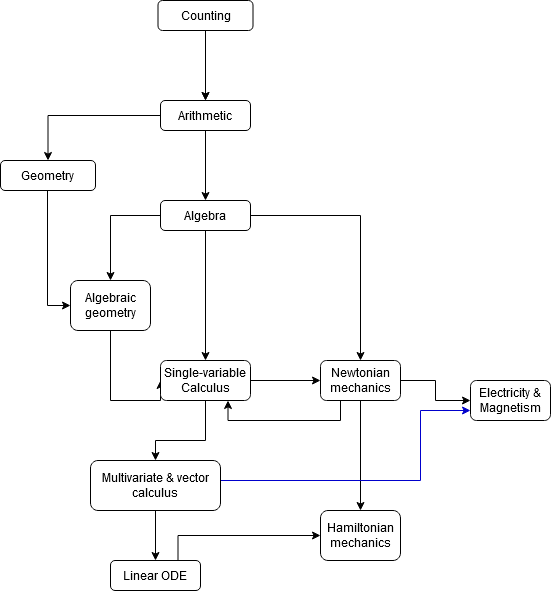
Before: folder/Knowledge tech tree.png, a diagram exported from draw.io (MangledPotat0/knowledge_tech_tree). Source tidied: cells renumbered, new cells last; positions are measured from the earlier drawing's top-left corner, leaving out a move shared by most shapes.
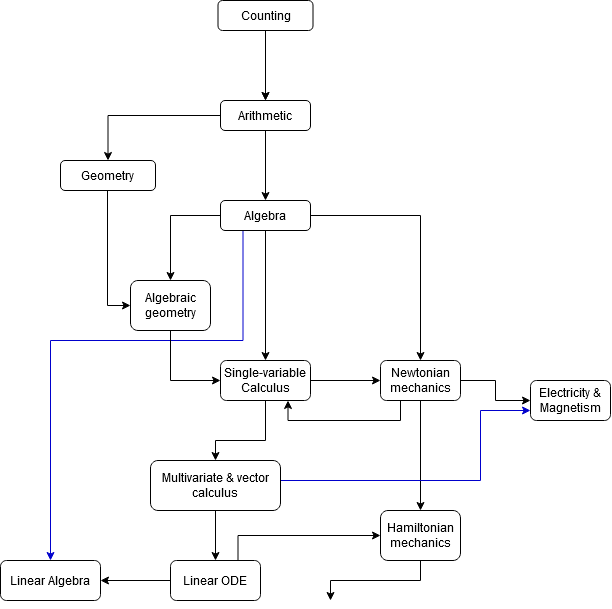
Later version of the same file.

What changed in the source:
```diff
@@ -31,6 +31,14 @@
     <mxCell id="8" style="edgeStyle=orthogonalEdgeStyle;rounded=0;jettySize=auto;html=1;entryX=0.5;entryY=0;entryDx=0;entryDy=0;" parent="1" edge="1" source="9" target="22">
       <mxGeometry relative="1" as="geometry" />
     </mxCell>
+    <mxCell id="30" style="edgeStyle=orthogonalEdgeStyle;rounded=0;jettySize=auto;html=1;exitX=0.25;exitY=1;exitDx=0;exitDy=0;strokeColor=#0000CC;entryX=0.5;entryY=0;entryDx=0;entryDy=0;" parent="1" edge="1" source="9" target="33">
+      <mxGeometry relative="1" as="geometry">
+        <Array as="points">
+          <mxPoint x="183" y="340" />
+          <mxPoint x="-10" y="340" />
+        </Array>
+      </mxGeometry>
+    </mxCell>
     <mxCell id="9" value="&lt;div&gt;Algebra&lt;/div&gt;" style="rounded=1;whiteSpace=wrap;html=1;" parent="1" vertex="1">
       <mxGeometry x="160" y="200" width="90" height="30" as="geometry" />
     </mxCell>
@@ -53,7 +61,7 @@
     <mxCell id="13" style="edgeStyle=orthogonalEdgeStyle;rounded=0;jettySize=auto;html=1;entryX=0;entryY=0.5;entryDx=0;entryDy=0;" parent="1" edge="1" source="14" target="18">
       <mxGeometry relative="1" as="geometry">
         <Array as="points">
-          <mxPoint x="110" y="400" />
+          <mxPoint x="110" y="380" />
         </Array>
       </mxGeometry>
     </mxCell>
@@ -94,6 +102,11 @@
     <mxCell id="22" value="Newtonian mechanics" style="rounded=1;whiteSpace=wrap;html=1;" parent="1" vertex="1">
       <mxGeometry x="320" y="360" width="80" height="40" as="geometry" />
     </mxCell>
+    <mxCell id="31" style="edgeStyle=orthogonalEdgeStyle;rounded=0;jettySize=auto;html=1;exitX=0.5;exitY=1;exitDx=0;exitDy=0;strokeColor=#000000;" parent="1" edge="1" source="23">
+      <mxGeometry relative="1" as="geometry">
+        <mxPoint x="270" y="600" as="targetPoint" />
+      </mxGeometry>
+    </mxCell>
     <mxCell id="23" value="Hamiltonian mechanics" style="rounded=1;whiteSpace=wrap;html=1;" parent="1" vertex="1">
       <mxGeometry x="320" y="510" width="80" height="50" as="geometry" />
     </mxCell>
@@ -121,8 +134,14 @@
         </Array>
       </mxGeometry>
     </mxCell>
+    <mxCell id="32" style="edgeStyle=orthogonalEdgeStyle;rounded=0;jettySize=auto;html=1;exitX=0;exitY=0.5;exitDx=0;exitDy=0;entryX=1;entryY=0.5;entryDx=0;entryDy=0;" parent="1" edge="1" source="29" target="33">
+      <mxGeometry relative="1" as="geometry" />
+    </mxCell>
     <mxCell id="29" value="Linear ODE" style="rounded=1;whiteSpace=wrap;html=1;" parent="1" vertex="1">
-      <mxGeometry x="110" y="560" width="90" height="30" as="geometry" />
+      <mxGeometry x="110" y="560" width="90" height="40" as="geometry" />
     </mxCell>
+    <mxCell id="33" value="Linear Algebra" style="rounded=1;whiteSpace=wrap;html=1;" parent="1" vertex="1">
+      <mxGeometry x="-60" y="560" width="100" height="40" as="geometry" />
+    </mxCell>
   </root>
 </mxGraphModel>
```
